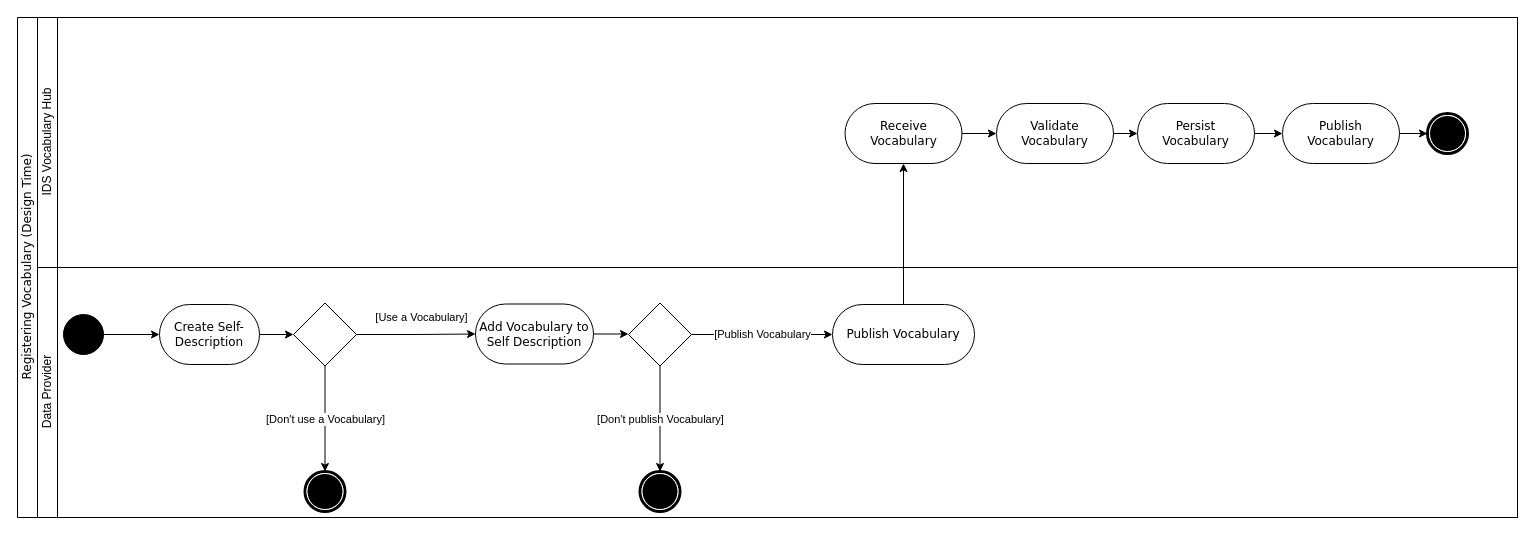
International-Data-Spaces-Association/IDS-RAM_4_0 keeps this draw.io diagram as documentation/3_Layers_of_the_Reference_Architecture_Model/3_4_Process_Layer/media/register-atvocabulary-hub-activity.drawio. Above is the earlier version. Source tidied: cells renumbered, new cells numbered last; positions are measured from the earlier drawing's top-left corner, leaving out a move shared by most shapes. Both pictures are drawn from the tidied source at 100%, with x=0, y=0 at pixel (17, 17).
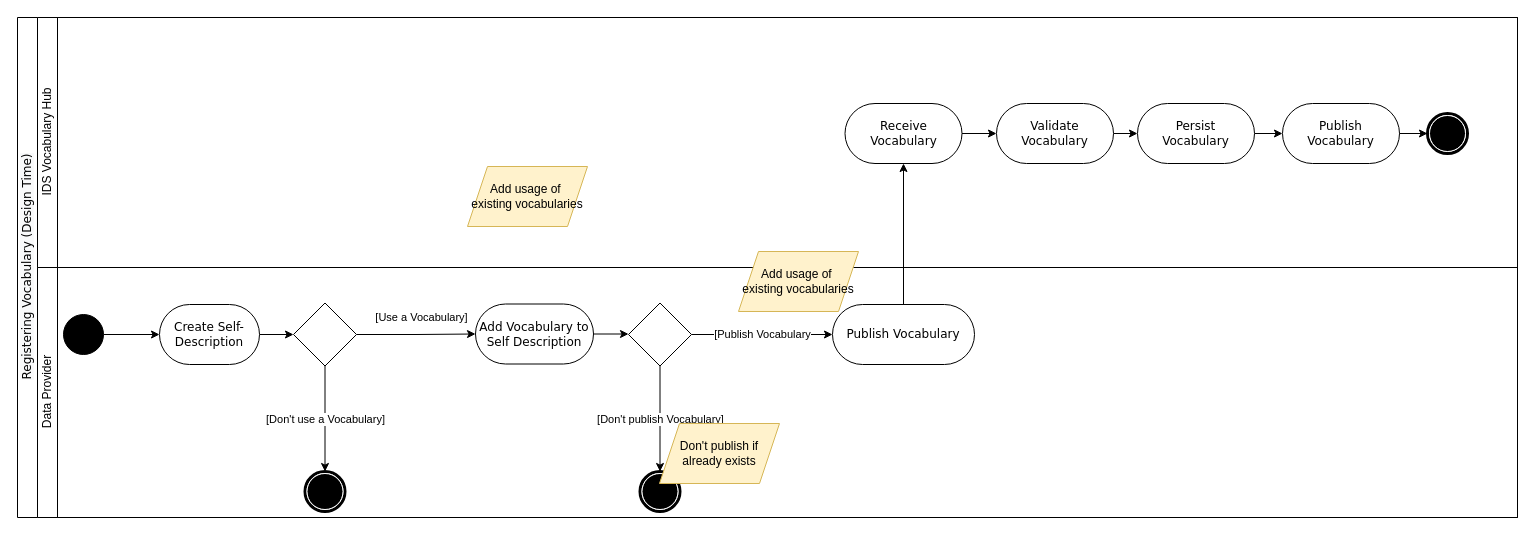
The same diagram, later.

Unchanged cells that the change refers to:
```xml
<mxCell id="4" value="IDS Vocabulary Hub" style="swimlane;html=1;startSize=20;horizontal=0;fontStyle=0;" parent="2" vertex="1">
  <mxGeometry x="20" width="1480" height="250" as="geometry" />
</mxCell>
<mxCell id="15" value="Data Provider" style="swimlane;html=1;startSize=20;horizontal=0;fontStyle=0;" parent="2" vertex="1">
  <mxGeometry x="20" y="250" width="1480" height="250" as="geometry" />
</mxCell>
```

What changed in the source:
```diff
@@
+    <mxCell id="31" value="Add usage of&amp;nbsp; existing vocabularies" style="shape=parallelogram;perimeter=parallelogramPerimeter;whiteSpace=wrap;html=1;fixedSize=1;fillColor=#fff2cc;strokeColor=#d6b656;" parent="4" vertex="1">
+      <mxGeometry x="430" y="149" width="120" height="60" as="geometry" />
+    </mxCell>
@@
+    <mxCell id="32" value="Don't publish if already exists" style="shape=parallelogram;perimeter=parallelogramPerimeter;whiteSpace=wrap;html=1;fixedSize=1;fillColor=#fff2cc;strokeColor=#d6b656;" parent="15" vertex="1">
+      <mxGeometry x="622" y="156" width="120" height="60" as="geometry" />
+    </mxCell>
+    <mxCell id="33" value="Add usage of&amp;nbsp; existing vocabularies" style="shape=parallelogram;perimeter=parallelogramPerimeter;whiteSpace=wrap;html=1;fixedSize=1;fillColor=#fff2cc;strokeColor=#d6b656;" parent="15" vertex="1">
+      <mxGeometry x="701" y="-16" width="120" height="60" as="geometry" />
+    </mxCell>
```
